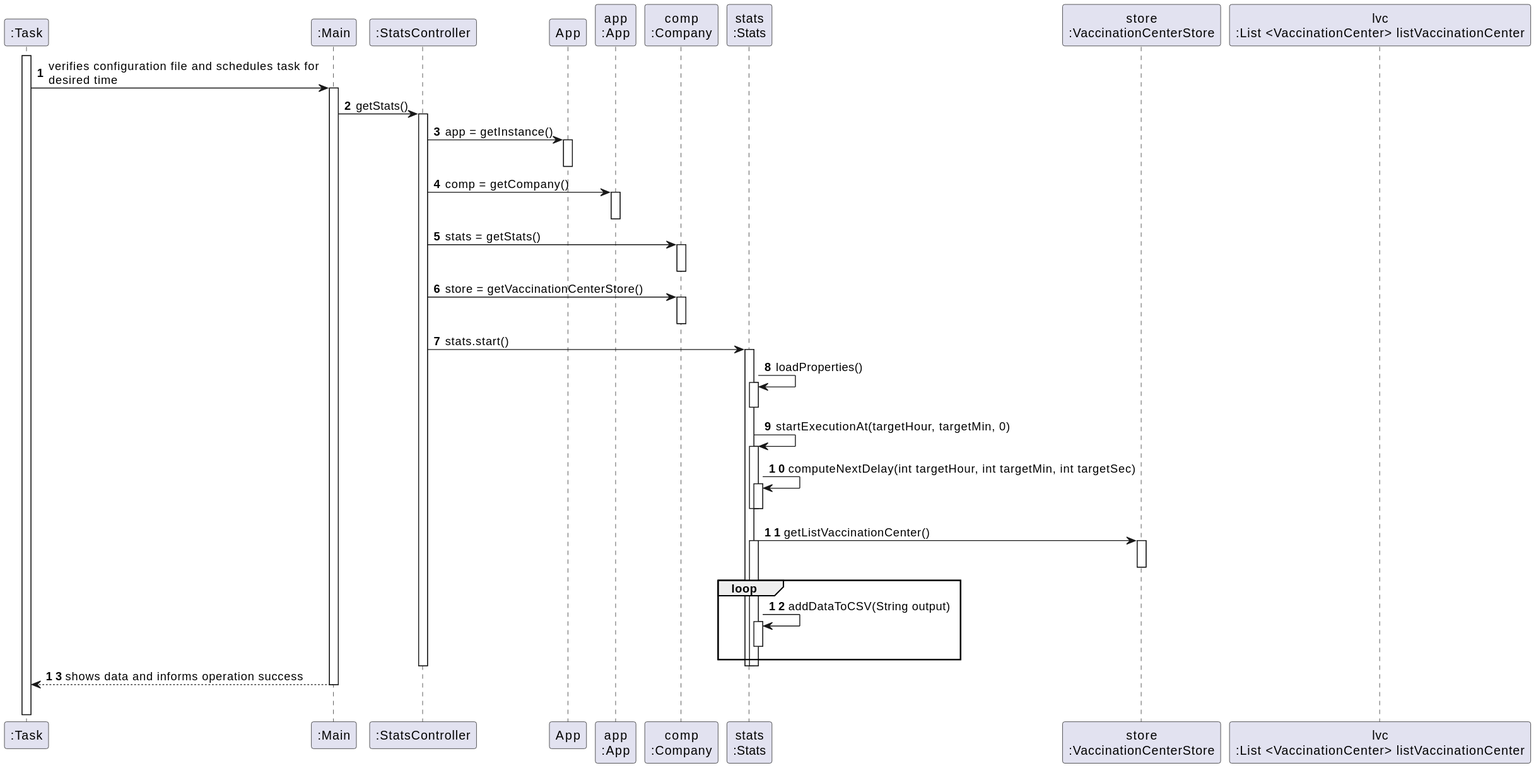
Above: docs/SprintD/US6/US6_SD.svg in diogonapoles/isep-lapr2 (PlantUML), before the change.
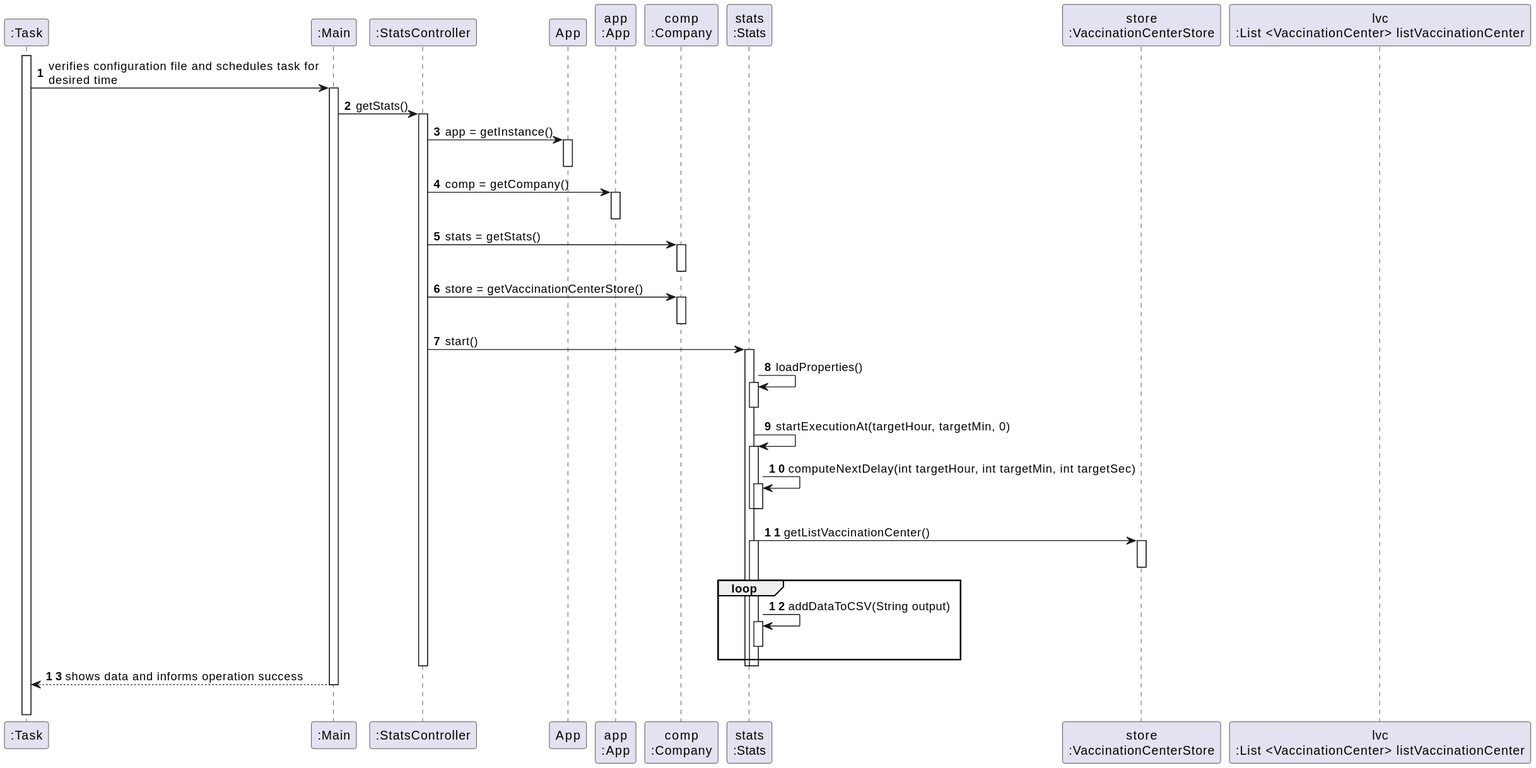
Later version of the same file.

Diff of the diagram source:
```diff
@@ -28,7 +28,7 @@
 CTRL -> COMP : store = getVaccinationCenterStore()
 activate COMP
 deactivate COMP
-CTRL -> STATS : stats.start()
+CTRL -> STATS : start()
 activate STATS
 STATS -> STATS : loadProperties()
 activate STATS
```
